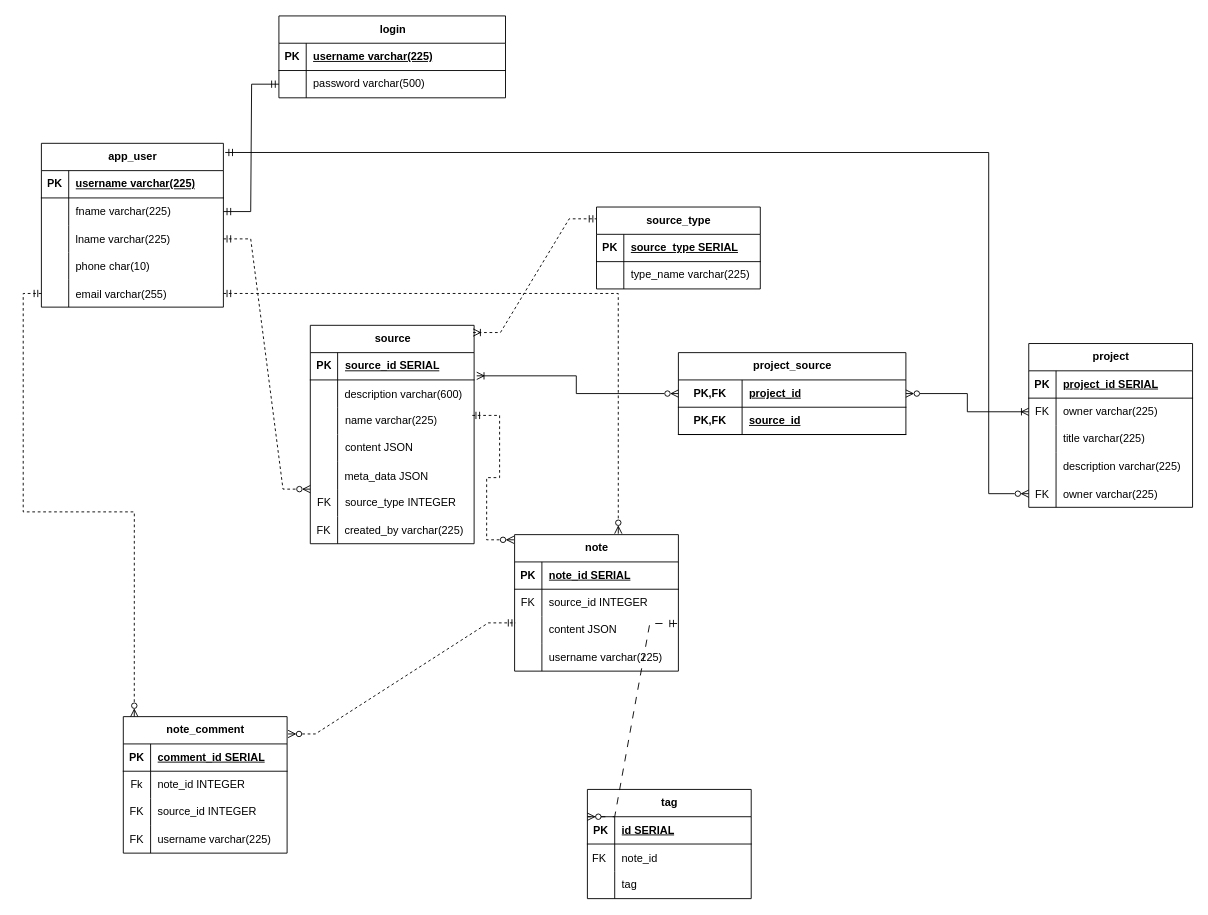
Cwill124/Group3Spring2024Capstone keeps this draw.io diagram as sprints/sprint4/db_ER_diagram/CapstoneDB.drawio. Above is the earlier version. Source tidied: cells renumbered, new cells numbered last; positions are measured from the earlier drawing's top-left corner, leaving out a move shared by most shapes. Both pictures are drawn from the tidied source at 91%, with x=0, y=0 at pixel (41, 15).
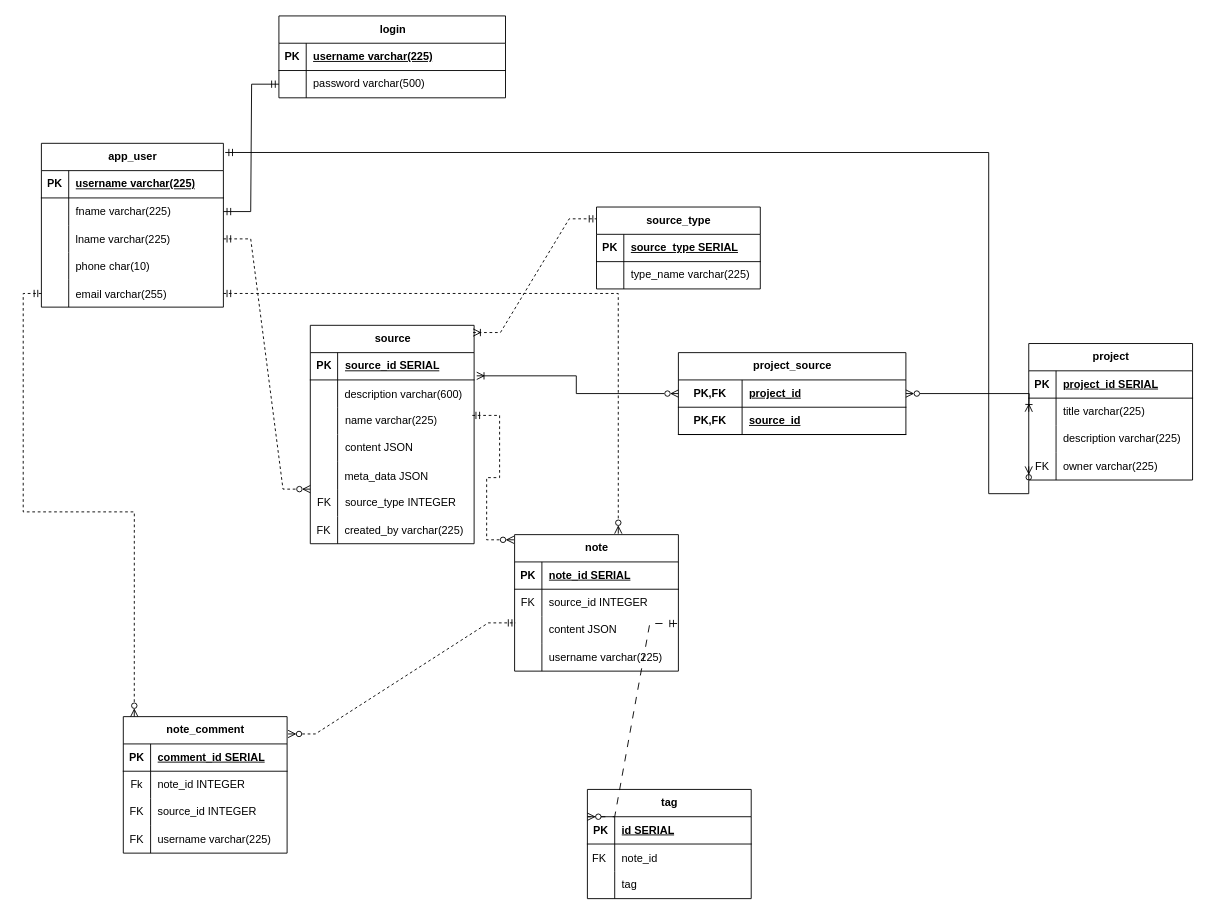
Above is the later version.

The change refers to these unchanged cells:
```xml
<mxCell id="99" style="shape=tableRow;horizontal=0;startSize=0;swimlaneHead=0;swimlaneBody=0;fillColor=none;points=[[0,0.5],[1,0.5]];portConstraint=eastwest;top=0;left=0;right=0;bottom=1;" parent="98" vertex="1">
  <mxGeometry y="30" width="250" height="30" as="geometry" />
</mxCell>
```

The edit, as a diff of the source:
```diff
@@
-    <mxCell id="105" style="edgeStyle=orthogonalEdgeStyle;rounded=0;jettySize=auto;html=1;exitX=1;exitY=0.5;exitDx=0;exitDy=0;entryX=0;entryY=0.5;entryDx=0;entryDy=0;endArrow=ERoneToMany;endFill=0;startArrow=ERzeroToMany;startFill=0;" parent="1" edge="1" source="99" target="111">
-      <mxGeometry relative="1" as="geometry" />
+    <mxCell id="105" style="edgeStyle=orthogonalEdgeStyle;rounded=0;jettySize=auto;html=1;exitX=1;exitY=0.5;exitDx=0;exitDy=0;entryX=0;entryY=0.5;entryDx=0;entryDy=0;endArrow=ERoneToMany;endFill=0;startArrow=ERzeroToMany;startFill=0;" parent="1" edge="1" source="99">
+      <mxGeometry relative="1" as="geometry">
+        <mxPoint x="1085" y="435" as="targetPoint" />
+      </mxGeometry>
     </mxCell>
@@
     <mxCell id="107" value="project" style="shape=table;startSize=30;childLayout=tableLayout;rowLines=0;fontStyle=1;align=center;html=1;" parent="1" vertex="1">
-      <mxGeometry x="1085" y="360" width="180" height="180" as="geometry" />
+      <mxGeometry x="1085" y="360" width="180" height="150" as="geometry" />
     </mxCell>
@@
-    <mxCell id="111" style="shape=tableRow;horizontal=0;startSize=0;swimlaneHead=0;swimlaneBody=0;fillColor=none;points=[[0,0.5],[1,0.5]];portConstraint=eastwest;top=0;left=0;right=0;bottom=0;" parent="107" vertex="1">
-      <mxGeometry y="60" width="180" height="30" as="geometry" />
-    </mxCell>
-    <mxCell id="112" value="FK" style="shape=partialRectangle;fillColor=none;top=0;left=0;bottom=0;right=0;overflow=hidden;whiteSpace=wrap;html=1;" parent="111" vertex="1">
-      <mxGeometry width="30" height="30" as="geometry" />
-    </mxCell>
-    <mxCell id="113" value="owner varchar(225)" style="shape=partialRectangle;fillColor=none;top=0;left=0;bottom=0;right=0;align=left;spacingLeft=6;overflow=hidden;whiteSpace=wrap;html=1;" parent="111" vertex="1">
-      <mxGeometry x="30" width="150" height="30" as="geometry" />
-    </mxCell>
     <mxCell id="114" style="shape=tableRow;horizontal=0;startSize=0;swimlaneHead=0;swimlaneBody=0;fillColor=none;top=0;left=0;right=0;bottom=0;" parent="107" vertex="1">
-      <mxGeometry y="90" width="180" height="30" as="geometry" />
+      <mxGeometry y="60" width="180" height="30" as="geometry" />
     </mxCell>
@@
     <mxCell id="117" style="shape=tableRow;horizontal=0;startSize=0;swimlaneHead=0;swimlaneBody=0;fillColor=none;top=0;left=0;right=0;bottom=0;" parent="107" vertex="1">
-      <mxGeometry y="120" width="180" height="30" as="geometry" />
+      <mxGeometry y="90" width="180" height="30" as="geometry" />
     </mxCell>
@@
     <mxCell id="120" style="shape=tableRow;horizontal=0;startSize=0;swimlaneHead=0;swimlaneBody=0;fillColor=none;points=[[0,0.5],[1,0.5]];portConstraint=eastwest;top=0;left=0;right=0;bottom=0;" parent="107" vertex="1">
-      <mxGeometry y="150" width="180" height="30" as="geometry" />
+      <mxGeometry y="120" width="180" height="30" as="geometry" />
     </mxCell>
```
